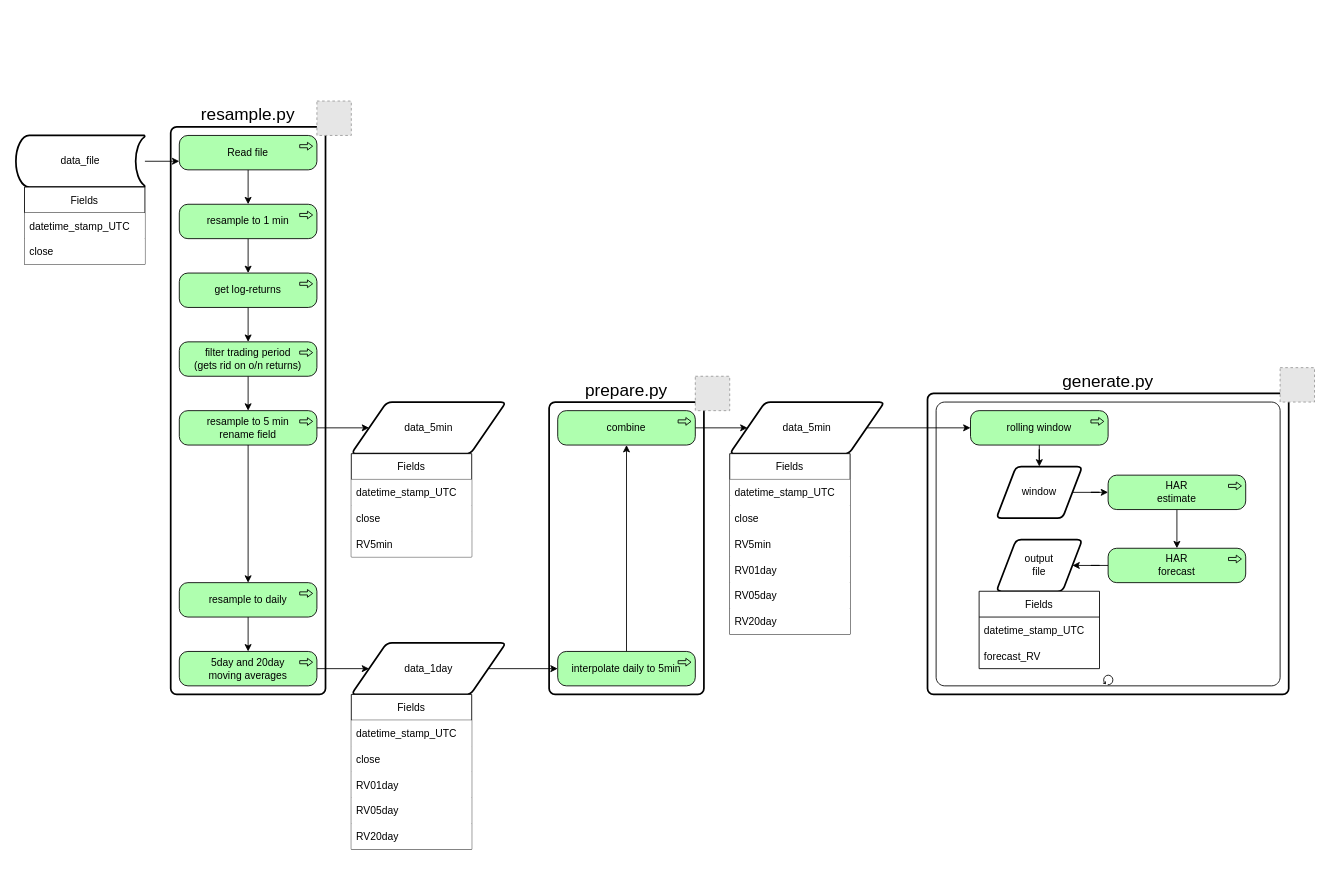
Before: Intraday_Expected_RV.drawio in IDontReallyCode/Intraday_expected_RV, a draw.io diagram. Source tidied: cells renumbered, new cells numbered last; positions are measured from the earlier drawing's top-left corner, leaving out a move shared by most shapes. Both pictures are drawn from the tidied source at 86%, with x=0, y=0 at pixel (15, 101). Pictures stored in the file or linked from it are replaced by grey dashed boxes.
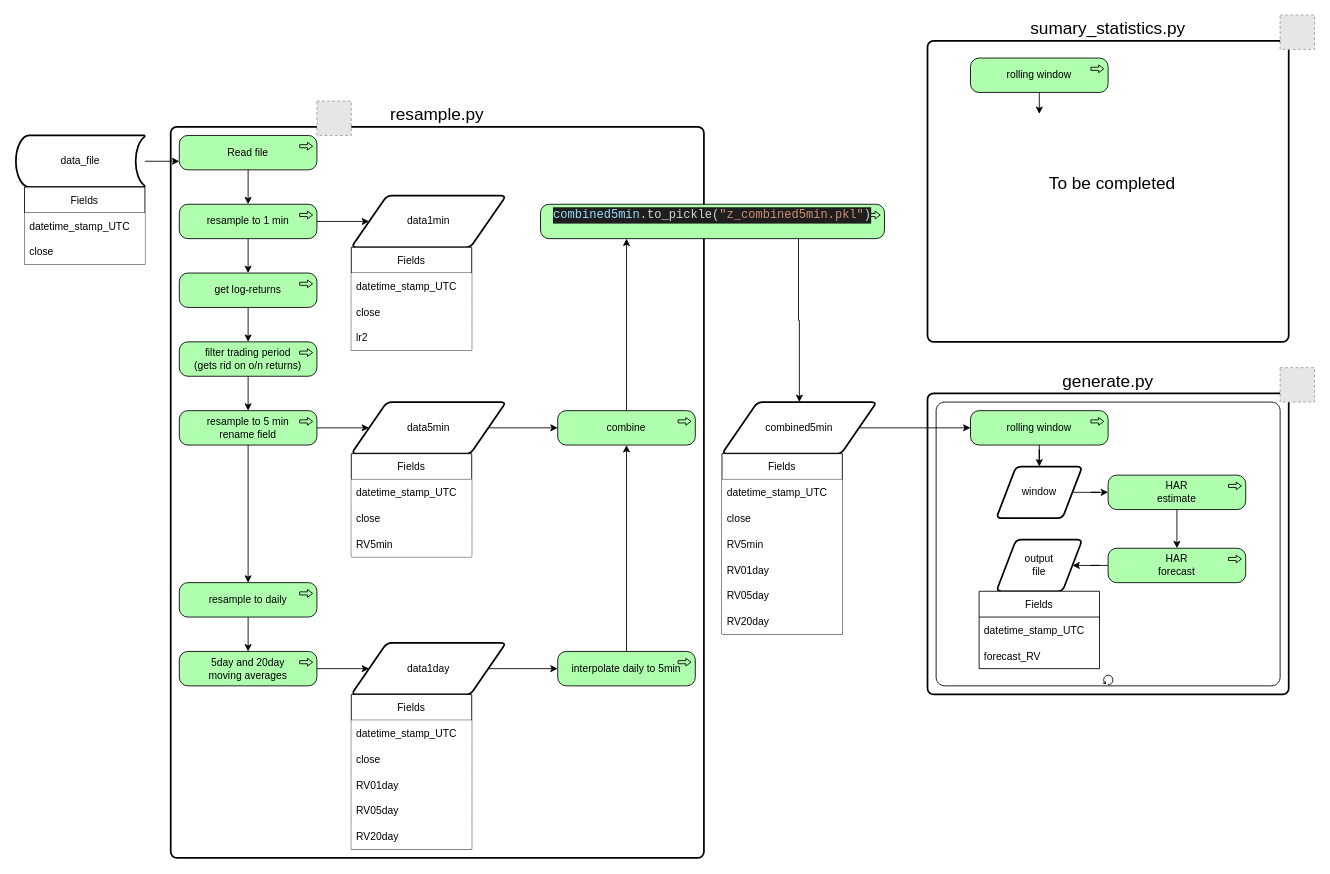
Above is the later version.

The change refers to these unchanged cells:
```xml
<mxCell id="16" value="resample to 1 min" style="html=1;outlineConnect=0;whiteSpace=wrap;fillColor=#AFFFAF;shape=mxgraph.archimate3.application;appType=proc;archiType=rounded;fontColor=#000000;" parent="1" vertex="1">
  <mxGeometry x="190" y="120" width="160" height="40" as="geometry" />
</mxCell>
<mxCell id="44" value="combine" style="html=1;outlineConnect=0;whiteSpace=wrap;fillColor=#AFFFAF;shape=mxgraph.archimate3.application;appType=proc;archiType=rounded;fontColor=#000000;" parent="1" vertex="1">
  <mxGeometry x="630" y="360" width="160" height="40" as="geometry" />
</mxCell>
```

Change to the diagram source:
```diff
@@
-    <mxCell id="4" value="prepare.py" style="rounded=1;whiteSpace=wrap;html=1;absoluteArcSize=1;arcSize=14;strokeWidth=2;labelBackgroundColor=default;labelBorderColor=none;fontColor=#000000;fillColor=default;labelPosition=center;verticalLabelPosition=top;align=center;verticalAlign=bottom;fontSize=20;" parent="1" vertex="1">
-      <mxGeometry x="620" y="350" width="180" height="340" as="geometry" />
-    </mxCell>
-    <mxCell id="5" style="fillColor=#E6E6E6;strokeColor=#999999;dashed=1;html=1;verticalAlign=top;verticalLabelPosition=bottom;labelBackgroundColor=#ffffff;fontSize=20;fontColor=#000000;" parent="1" vertex="1">
-      <mxGeometry x="790" y="320" width="40" height="40" as="geometry" />
-    </mxCell>
     <mxCell id="6" value="resample.py" style="rounded=1;whiteSpace=wrap;html=1;absoluteArcSize=1;arcSize=14;strokeWidth=2;labelBackgroundColor=default;labelBorderColor=none;fontColor=#000000;fillColor=default;labelPosition=center;verticalLabelPosition=top;align=center;verticalAlign=bottom;fontSize=20;" parent="1" vertex="1">
-      <mxGeometry x="180" y="30" width="180" height="660" as="geometry" />
+      <mxGeometry x="180" y="30" width="620" height="850" as="geometry" />
     </mxCell>
@@
+    <mxCell id="67" style="edgeStyle=orthogonalEdgeStyle;rounded=0;jettySize=auto;html=1;fontSize=20;fontColor=#000000;" parent="1" edge="1" source="16" target="70">
+      <mxGeometry relative="1" as="geometry" />
+    </mxCell>
@@
+    <mxCell id="68" style="edgeStyle=orthogonalEdgeStyle;rounded=0;jettySize=auto;html=1;fontSize=20;fontColor=#000000;" parent="1" edge="1" source="24" target="44">
+      <mxGeometry relative="1" as="geometry" />
+    </mxCell>
-    <mxCell id="24" value="data_5min" style="shape=parallelogram;html=1;strokeWidth=2;perimeter=parallelogramPerimeter;whiteSpace=wrap;rounded=1;arcSize=12;size=0.23;fontColor=#000000;" parent="1" vertex="1">
+    <mxCell id="24" value="data5min" style="shape=parallelogram;html=1;strokeWidth=2;perimeter=parallelogramPerimeter;whiteSpace=wrap;rounded=1;arcSize=12;size=0.23;fontColor=#000000;" parent="1" vertex="1">
       <mxGeometry x="390" y="350" width="180" height="60" as="geometry" />
     </mxCell>
@@
-    <mxCell id="32" value="data_1day" style="shape=parallelogram;html=1;strokeWidth=2;perimeter=parallelogramPerimeter;whiteSpace=wrap;rounded=1;arcSize=12;size=0.23;fontColor=#000000;" parent="1" vertex="1">
+    <mxCell id="32" value="data1day" style="shape=parallelogram;html=1;strokeWidth=2;perimeter=parallelogramPerimeter;whiteSpace=wrap;rounded=1;arcSize=12;size=0.23;fontColor=#000000;" parent="1" vertex="1">
       <mxGeometry x="390" y="630" width="180" height="60" as="geometry" />
     </mxCell>
@@
-    <mxCell id="43" style="edgeStyle=orthogonalEdgeStyle;rounded=0;jettySize=auto;html=1;fontColor=#000000;" parent="1" edge="1" source="44" target="46">
-      <mxGeometry relative="1" as="geometry" />
-    </mxCell>
+    <mxCell id="69" style="edgeStyle=orthogonalEdgeStyle;rounded=0;jettySize=auto;html=1;exitX=0.5;exitY=0;exitDx=0;exitDy=0;exitPerimeter=0;entryX=0.25;entryY=1;entryDx=0;entryDy=0;entryPerimeter=0;fontSize=20;fontColor=#000000;" parent="1" edge="1" source="44" target="76">
+      <mxGeometry relative="1" as="geometry" />
+    </mxCell>
@@
-    <mxCell id="46" value="data_5min" style="shape=parallelogram;html=1;strokeWidth=2;perimeter=parallelogramPerimeter;whiteSpace=wrap;rounded=1;arcSize=12;size=0.23;fontColor=#000000;" parent="1" vertex="1">
-      <mxGeometry x="830" y="350" width="180" height="60" as="geometry" />
+    <mxCell id="46" value="combined5min" style="shape=parallelogram;html=1;strokeWidth=2;perimeter=parallelogramPerimeter;whiteSpace=wrap;rounded=1;arcSize=12;size=0.23;fontColor=#000000;" parent="1" vertex="1">
+      <mxGeometry x="821" y="350" width="180" height="60" as="geometry" />
     </mxCell>
     <mxCell id="47" value="Fields" style="swimlane;fontStyle=0;horizontal=1;startSize=30;fontColor=#000000;" parent="1" vertex="1">
-      <mxGeometry x="830" y="410" width="140" height="210" as="geometry" />
+      <mxGeometry x="821" y="410" width="140" height="210" as="geometry" />
     </mxCell>
@@
+    <mxCell id="70" value="data1min" style="shape=parallelogram;html=1;strokeWidth=2;perimeter=parallelogramPerimeter;whiteSpace=wrap;rounded=1;arcSize=12;size=0.23;fontColor=#000000;" parent="1" vertex="1">
+      <mxGeometry x="390" y="110" width="180" height="60" as="geometry" />
+    </mxCell>
+    <mxCell id="71" value="Fields" style="swimlane;fontStyle=0;horizontal=1;startSize=30;fontColor=#000000;" parent="1" vertex="1">
+      <mxGeometry x="390" y="170" width="140" height="120" as="geometry" />
+    </mxCell>
+    <mxCell id="72" value="datetime_stamp_UTC" style="text;strokeColor=none;fillColor=default;align=left;verticalAlign=middle;spacingLeft=4;spacingRight=4;overflow=hidden;fontColor=#000000;" parent="71" vertex="1">
+      <mxGeometry y="30" width="140" height="30" as="geometry" />
+    </mxCell>
+    <mxCell id="73" value="close" style="text;strokeColor=none;fillColor=default;align=left;verticalAlign=middle;spacingLeft=4;spacingRight=4;overflow=hidden;fontColor=#000000;" parent="71" vertex="1">
+      <mxGeometry y="60" width="140" height="30" as="geometry" />
+    </mxCell>
+    <mxCell id="74" value="lr2" style="text;strokeColor=none;fillColor=default;align=left;verticalAlign=middle;spacingLeft=4;spacingRight=4;overflow=hidden;fontColor=#000000;" parent="71" vertex="1">
+      <mxGeometry y="90" width="140" height="30" as="geometry" />
+    </mxCell>
+    <mxCell id="75" style="edgeStyle=orthogonalEdgeStyle;rounded=0;jettySize=auto;html=1;exitX=0.75;exitY=1;exitDx=0;exitDy=0;exitPerimeter=0;entryX=0.5;entryY=0;entryDx=0;entryDy=0;fontSize=20;fontColor=#000000;" parent="1" edge="1" source="76" target="46">
+      <mxGeometry relative="1" as="geometry" />
+    </mxCell>
+    <mxCell id="76" value="&#10;&lt;div style=&quot;color: rgb(212, 212, 212); background-color: rgb(30, 30, 30); font-family: Consolas, &amp;quot;Courier New&amp;quot;, monospace; font-weight: normal; font-size: 14px; line-height: 19px;&quot;&gt;&lt;div&gt;&lt;span style=&quot;color: #9cdcfe;&quot;&gt;combined5min&lt;/span&gt;&lt;span style=&quot;color: #d4d4d4;&quot;&gt;.to_pickle(&lt;/span&gt;&lt;span style=&quot;color: #ce9178;&quot;&gt;&quot;z_combined5min.pkl&quot;&lt;/span&gt;&lt;span style=&quot;color: #d4d4d4;&quot;&gt;)&lt;/span&gt;&lt;/div&gt;&lt;/div&gt;&#10;&#10;" style="html=1;outlineConnect=0;whiteSpace=wrap;fillColor=#AFFFAF;shape=mxgraph.archimate3.application;appType=proc;archiType=rounded;fontColor=#000000;" parent="1" vertex="1">
+      <mxGeometry x="610" y="120" width="400" height="40" as="geometry" />
+    </mxCell>
+    <mxCell id="77" value="sumary_statistics.py" style="rounded=1;whiteSpace=wrap;html=1;absoluteArcSize=1;arcSize=14;strokeWidth=2;labelBackgroundColor=default;labelBorderColor=none;fontColor=#000000;fillColor=default;labelPosition=center;verticalLabelPosition=top;align=center;verticalAlign=bottom;fontSize=20;" parent="1" vertex="1">
+      <mxGeometry x="1060" y="-70" width="420" height="350" as="geometry" />
+    </mxCell>
+    <mxCell id="78" style="fillColor=#E6E6E6;strokeColor=#999999;dashed=1;html=1;verticalAlign=top;verticalLabelPosition=bottom;labelBackgroundColor=#ffffff;fontSize=20;fontColor=#000000;" parent="1" vertex="1">
+      <mxGeometry x="1470" y="-100" width="40" height="40" as="geometry" />
+    </mxCell>
+    <mxCell id="79" style="edgeStyle=orthogonalEdgeStyle;rounded=0;jettySize=auto;html=1;fontColor=#000000;" parent="1" edge="1" source="80">
+      <mxGeometry relative="1" as="geometry">
+        <mxPoint x="1190" y="15" as="targetPoint" />
+      </mxGeometry>
+    </mxCell>
+    <mxCell id="80" value="rolling window" style="html=1;outlineConnect=0;whiteSpace=wrap;fillColor=#AFFFAF;shape=mxgraph.archimate3.application;appType=proc;archiType=rounded;fontColor=#000000;" parent="1" vertex="1">
+      <mxGeometry x="1110" y="-50" width="160" height="40" as="geometry" />
+    </mxCell>
+    <mxCell id="81" value="To be completed" style="text;html=1;strokeColor=none;fillColor=none;align=center;verticalAlign=middle;whiteSpace=wrap;rounded=0;labelBackgroundColor=default;labelBorderColor=none;fontSize=20;fontColor=#000000;" parent="1" vertex="1">
+      <mxGeometry x="1150" y="80" width="250" height="30" as="geometry" />
+    </mxCell>
```
